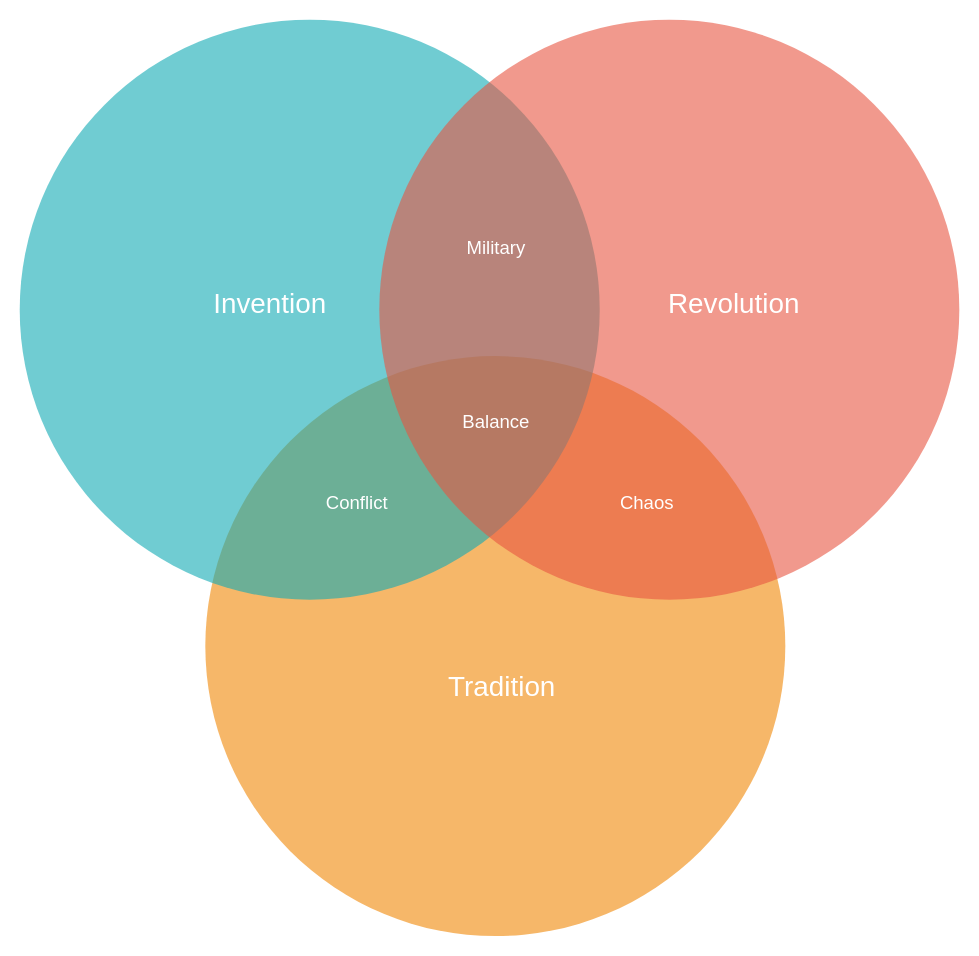
This is InterfaceDesignPatternVenn.drawio from pascalreiss/draw_io_stuff, a draw.io file, before an edit. Source tidied: cells renumbered, new cells numbered last; positions are measured from the earlier drawing's top-left corner, leaving out a move shared by most shapes. Both pictures are drawn from the tidied source at 116%, with x=0, y=0 at pixel (20, 19).
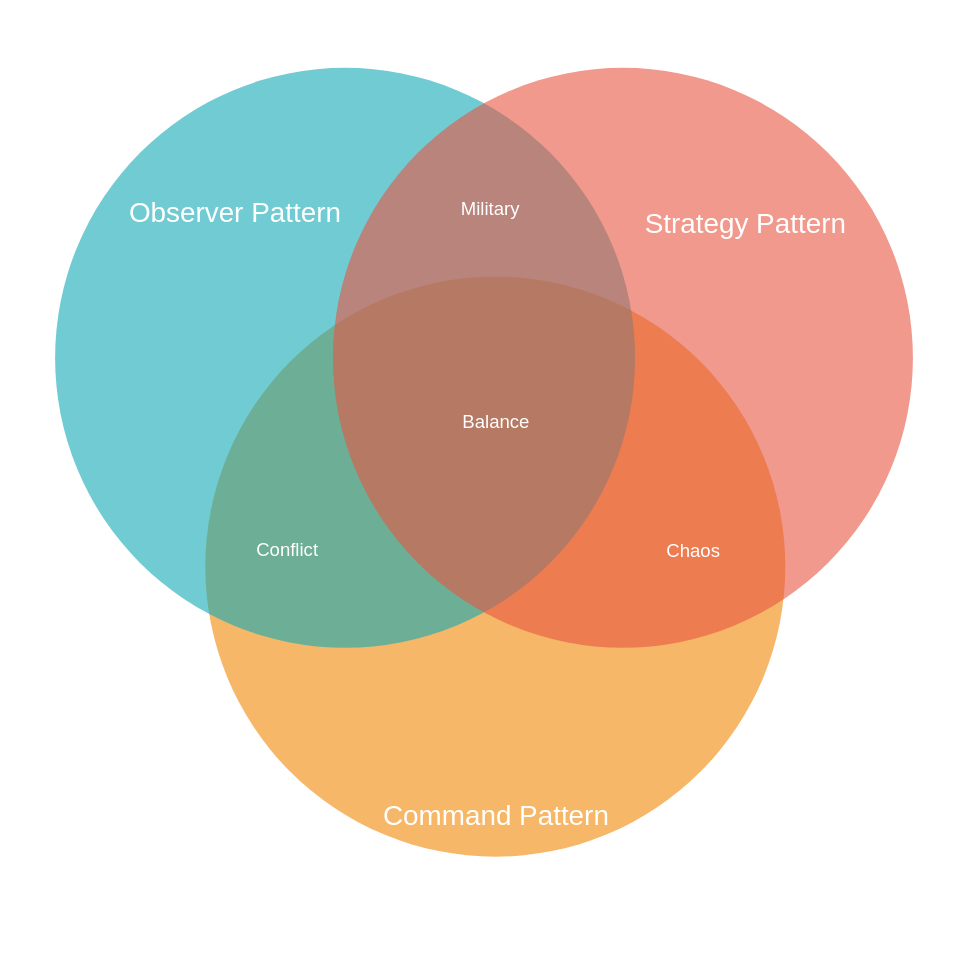
After the change.

What changed in the source:
```diff
@@
 <mxGraphModel>
   <root>
     <mxCell id="0" />
     <mxCell id="1" parent="0" />
     <mxCell id="2" style="ellipse;fillColor=#F08705;opacity=60;strokeColor=none;html=1;fontColor=#FFFFFF;" parent="1" vertex="1">
-      <mxGeometry x="159.5" y="290.5" width="500" height="500" as="geometry" />
+      <mxGeometry x="159.5" y="222" width="500" height="500" as="geometry" />
     </mxCell>
     <mxCell id="3" style="ellipse;fillColor=#12AAB5;opacity=60;strokeColor=none;html=1;fontColor=#FFFFFF;" parent="1" vertex="1">
-      <mxGeometry x="-0.5" y="0.5" width="500" height="500" as="geometry" />
+      <mxGeometry x="30" y="42" width="500" height="500" as="geometry" />
     </mxCell>
     <mxCell id="4" style="ellipse;fillColor=#e85642;opacity=60;strokeColor=none;html=1;fontColor=#FFFFFF;" parent="1" vertex="1">
-      <mxGeometry x="309.5" y="0.5" width="500" height="500" as="geometry" />
+      <mxGeometry x="269.5" y="42" width="500" height="500" as="geometry" />
     </mxCell>
-    <mxCell id="5" value="Invention" style="text;fontSize=24;align=center;verticalAlign=middle;html=1;fontColor=#FFFFFF;" parent="1" vertex="1">
-      <mxGeometry x="119.5" y="210.5" width="190" height="70" as="geometry" />
+    <mxCell id="5" value="Observer Pattern" style="text;fontSize=24;align=center;verticalAlign=middle;html=1;fontColor=#FFFFFF;" parent="1" vertex="1">
+      <mxGeometry x="90" y="132" width="190" height="70" as="geometry" />
     </mxCell>
-    <mxCell id="6" value="Revolution" style="text;fontSize=24;align=center;verticalAlign=middle;html=1;fontColor=#FFFFFF;" parent="1" vertex="1">
-      <mxGeometry x="519.5" y="210.5" width="190" height="70" as="geometry" />
+    <mxCell id="6" value="Strategy Pattern" style="text;fontSize=24;align=center;verticalAlign=middle;html=1;fontColor=#FFFFFF;" parent="1" vertex="1">
+      <mxGeometry x="530" y="142" width="190" height="70" as="geometry" />
     </mxCell>
-    <mxCell id="7" value="Tradition" style="text;fontSize=24;align=center;verticalAlign=middle;html=1;fontColor=#FFFFFF;" parent="1" vertex="1">
-      <mxGeometry x="319.5" y="540.5" width="190" height="70" as="geometry" />
+    <mxCell id="7" value="Command Pattern" style="text;fontSize=24;align=center;verticalAlign=middle;html=1;fontColor=#FFFFFF;" parent="1" vertex="1">
+      <mxGeometry x="314.5" y="652" width="190" height="70" as="geometry" />
     </mxCell>
     <mxCell id="8" value="Military" style="text;align=center;html=1;fontColor=#FFFFFF;fontSize=16;" parent="1" vertex="1">
-      <mxGeometry x="389.5" y="180.5" width="40" height="40" as="geometry" />
+      <mxGeometry x="385" y="147" width="40" height="40" as="geometry" />
     </mxCell>
     <mxCell id="9" value="Conflict" style="text;align=center;html=1;fontColor=#FFFFFF;fontSize=16;" parent="1" vertex="1">
-      <mxGeometry x="269.5" y="400.5" width="40" height="40" as="geometry" />
+      <mxGeometry x="210" y="440.5" width="40" height="40" as="geometry" />
     </mxCell>
     <mxCell id="10" value="Chaos" style="text;align=center;html=1;fontColor=#FFFFFF;fontSize=16;" parent="1" vertex="1">
-      <mxGeometry x="519.5" y="400.5" width="40" height="40" as="geometry" />
+      <mxGeometry x="560" y="442" width="40" height="40" as="geometry" />
     </mxCell>
     <mxCell id="11" value="Balance" style="text;align=center;html=1;fontColor=#FFFFFF;fontSize=16;" parent="1" vertex="1">
       <mxGeometry x="389.5" y="330.5" width="40" height="40" as="geometry" />
     </mxCell>
   </root>
 </mxGraphModel>
```
